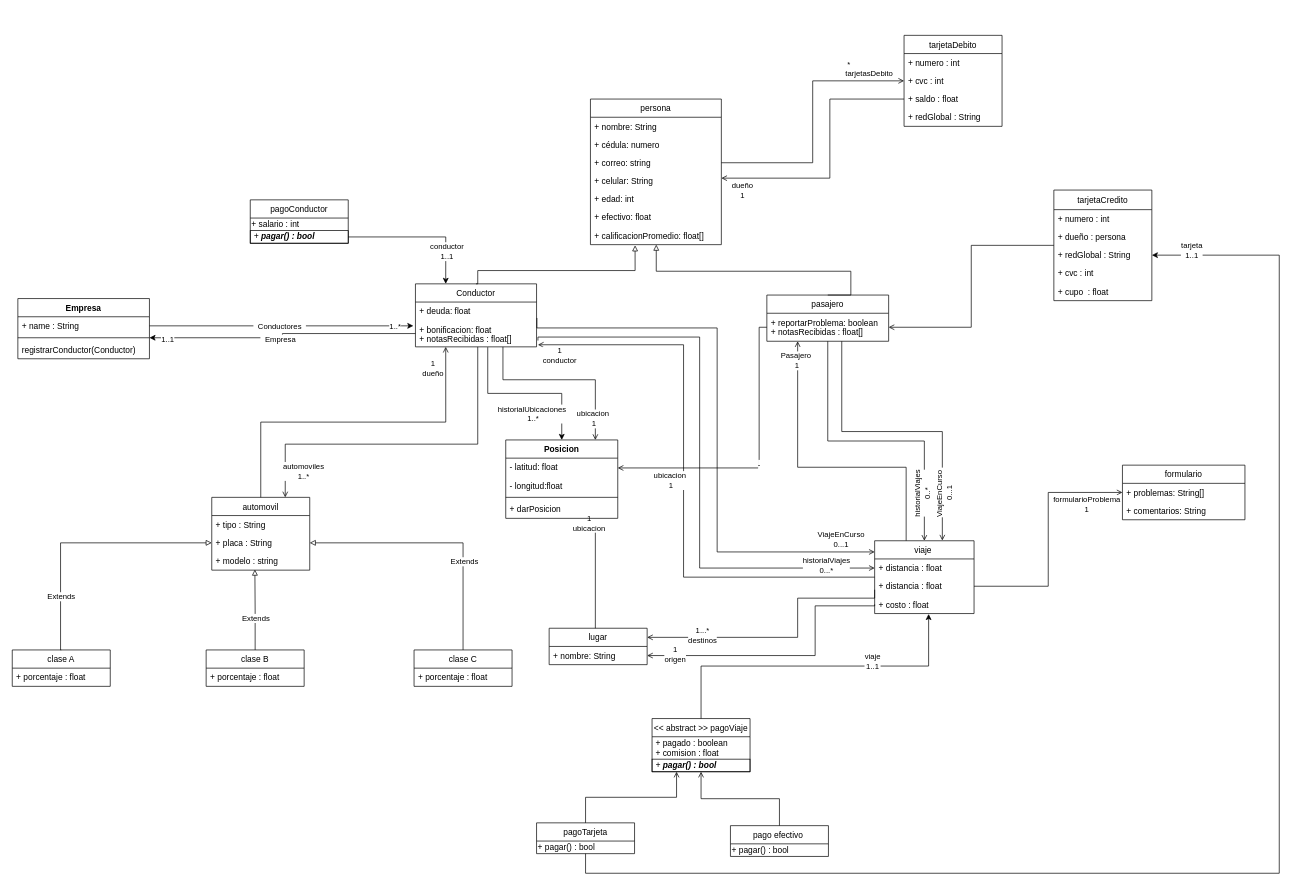
Above: Untitled Diagram.drawio in DPOO2022-1-SEC04-G08/Taller2 (draw.io), before the change. Source tidied: cells renumbered, new cells numbered last; positions are measured from the earlier drawing's top-left corner, leaving out a move shared by most shapes. Both pictures are drawn from the tidied source at 70%, with x=0, y=0 at pixel (12, 35).
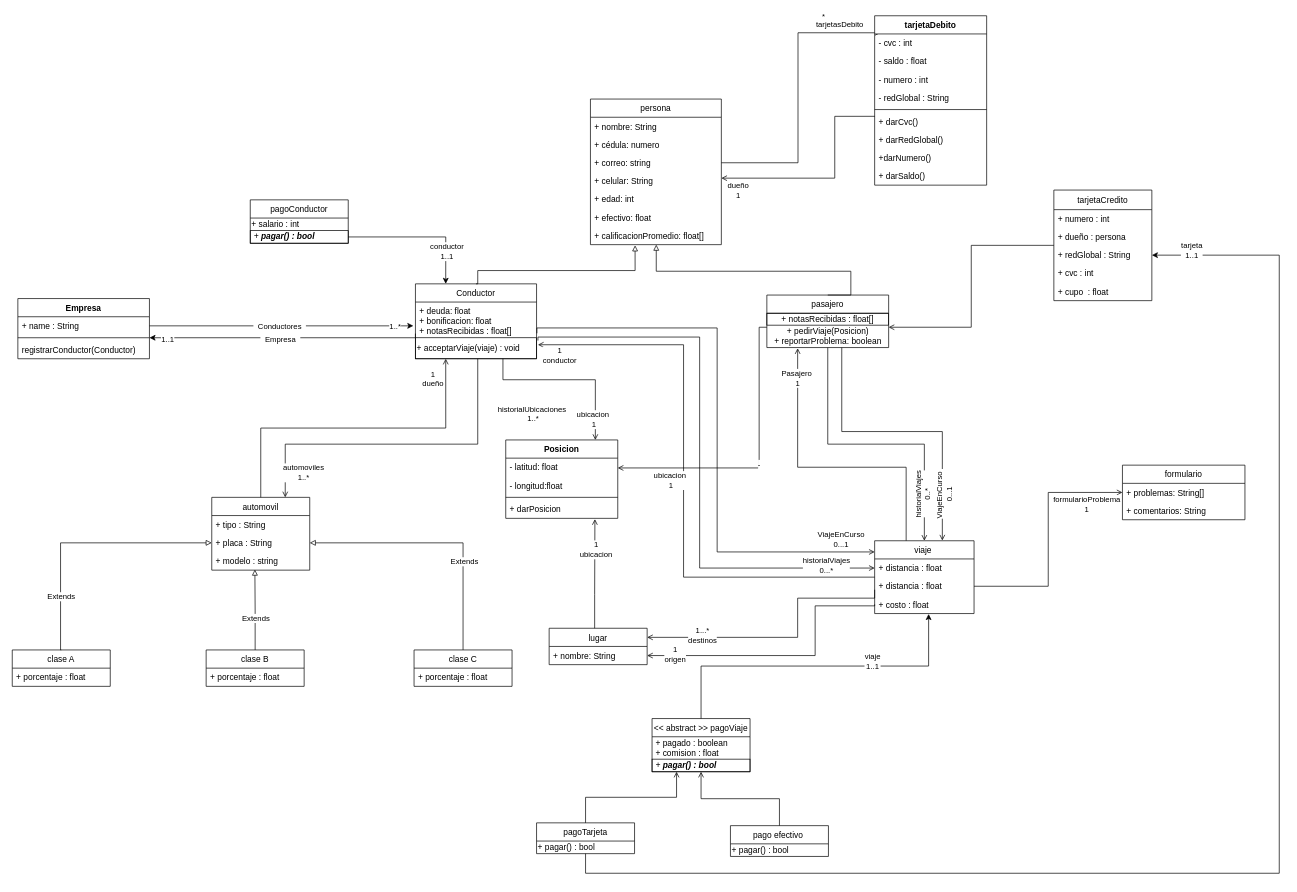
The same page after the edit.

Unchanged cells that the change refers to:
```xml
<mxCell id="6" value="viaje " style="swimlane;fontStyle=0;horizontal=1;startSize=26;fillColor=none;" parent="1" vertex="1">
  <mxGeometry x="1232" y="722" width="142" height="104" as="geometry" />
</mxCell>
<mxCell id="13" value="+ correo: string" style="text;strokeColor=none;fillColor=none;align=left;verticalAlign=top;spacingLeft=4;spacingRight=4;overflow=hidden;points=[[0,0.5],[1,0.5]];portConstraint=eastwest;" parent="10" vertex="1">
  <mxGeometry y="78" width="187" height="26" as="geometry" />
</mxCell>
<mxCell id="28" value="tarjetaCredito" style="swimlane;fontStyle=0;horizontal=1;startSize=28;fillColor=none;" parent="1" vertex="1">
  <mxGeometry x="1488" y="221" width="140" height="158" as="geometry" />
</mxCell>
<mxCell id="46" value="lugar" style="swimlane;fontStyle=0;horizontal=1;startSize=26;fillColor=none;" parent="1" vertex="1">
  <mxGeometry x="767" y="847" width="140" height="52" as="geometry" />
</mxCell>
<mxCell id="105" style="line;strokeWidth=1;fillColor=none;align=left;verticalAlign=middle;spacingTop=-1;spacingLeft=3;spacingRight=3;labelPosition=right;points=[];portConstraint=eastwest;" parent="103" vertex="1">
  <mxGeometry y="52" width="188" height="8" as="geometry" />
</mxCell>
<mxCell id="119" value="Posicion" style="swimlane;fontStyle=1;align=center;verticalAlign=top;horizontal=1;startSize=26;" parent="1" vertex="1">
  <mxGeometry x="705" y="578" width="160" height="112" as="geometry" />
</mxCell>
<mxCell id="120" value="- latitud: float" style="text;strokeColor=none;fillColor=none;align=left;verticalAlign=top;spacingLeft=4;spacingRight=4;overflow=hidden;points=[[0,0.5],[1,0.5]];portConstraint=eastwest;" parent="119" vertex="1">
  <mxGeometry y="26" width="160" height="26" as="geometry" />
</mxCell>
<mxCell id="123" value="+ darPosicion" style="text;strokeColor=none;fillColor=none;align=left;verticalAlign=top;spacingLeft=4;spacingRight=4;overflow=hidden;points=[[0,0.5],[1,0.5]];portConstraint=eastwest;" parent="119" vertex="1">
  <mxGeometry y="86" width="160" height="26" as="geometry" />
</mxCell>
```

What changed in the source:
```diff
@@
-    <mxCell id="4" style="edgeStyle=orthogonalEdgeStyle;rounded=0;jettySize=auto;html=1;endArrow=open;endFill=0;" parent="1" edge="1" source="6" target="26">
+    <mxCell id="4" style="edgeStyle=orthogonalEdgeStyle;rounded=0;jettySize=auto;html=1;endArrow=open;endFill=0;" parent="1" edge="1" source="6">
       <mxGeometry relative="1" as="geometry">
+        <mxPoint x="1122" y="447" as="targetPoint" />
         <Array as="points">
           <mxPoint x="1277" y="617" />
           <mxPoint x="1122" y="617" />
+          <mxPoint x="1122" y="447" />
         </Array>
       </mxGeometry>
     </mxCell>
     <mxCell id="5" value="Pasajero&amp;nbsp;&lt;br&gt;1" style="edgeLabel;html=1;align=center;verticalAlign=middle;" parent="4" vertex="1">
       <mxGeometry x="0.84" y="2" relative="1" as="geometry">
-        <mxPoint y="-8" as="offset" />
+        <mxPoint x="1" y="8" as="offset" />
       </mxGeometry>
     </mxCell>
@@
-    <mxCell id="23" value="-" style="edgeStyle=orthogonalEdgeStyle;rounded=0;jettySize=auto;html=1;endArrow=open;endFill=0;exitX=0;exitY=0.5;exitDx=0;exitDy=0;" parent="1" edge="1" source="26" target="120">
+    <mxCell id="23" value="-" style="edgeStyle=orthogonalEdgeStyle;rounded=0;jettySize=auto;html=1;endArrow=open;endFill=0;exitX=0;exitY=0.5;exitDx=0;exitDy=0;" parent="1" edge="1" target="120">
       <mxGeometry relative="1" as="geometry">
+        <mxPoint x="1078" y="417" as="sourcePoint" />
         <Array as="points">
           <mxPoint x="1067" y="417" />
           <mxPoint x="1067" y="618" />
         </Array>
       </mxGeometry>
     </mxCell>
@@
     <mxCell id="25" value="pasajero" style="swimlane;fontStyle=0;horizontal=1;startSize=26;fillColor=none;" parent="1" vertex="1">
-      <mxGeometry x="1078" y="371" width="174" height="66" as="geometry" />
+      <mxGeometry x="1078" y="371" width="174" height="75" as="geometry" />
     </mxCell>
-    <mxCell id="26" value="+ reportarProblema: boolean&#10;+ notasRecibidas : float[]&#10;" style="text;strokeColor=none;fillColor=none;align=left;verticalAlign=top;spacingLeft=4;spacingRight=4;overflow=hidden;points=[[0,0.5],[1,0.5]];portConstraint=eastwest;" parent="25" vertex="1">
-      <mxGeometry y="26" width="174" height="40" as="geometry" />
-    </mxCell>
+    <mxCell id="124" value="+ notasRecibidas : float[]" style="text;html=1;strokeColor=default;fillColor=none;align=center;verticalAlign=middle;whiteSpace=wrap;rounded=0;" parent="25" vertex="1">
+      <mxGeometry y="26" width="174" height="17" as="geometry" />
+    </mxCell>
+    <mxCell id="125" value="+ pedirViaje(Posicion)&lt;br&gt;&lt;span style=&quot;font-family: &amp;#34;helvetica&amp;#34; ; font-size: 12px ; font-style: normal ; font-weight: 400&quot;&gt;+ reportarProblema: boolean&lt;/span&gt;" style="text;html=1;align=center;verticalAlign=middle;strokeColor=none;fillColor=none;" parent="25" vertex="1">
+      <mxGeometry y="43" width="174" height="32" as="geometry" />
+    </mxCell>
-    <mxCell id="27" style="edgeStyle=orthogonalEdgeStyle;rounded=0;jettySize=auto;html=1;endArrow=open;endFill=0;entryX=1;entryY=0.5;entryDx=0;entryDy=0;" parent="1" edge="1" source="28" target="26">
+    <mxCell id="27" style="edgeStyle=orthogonalEdgeStyle;rounded=0;jettySize=auto;html=1;endArrow=open;endFill=0;entryX=1;entryY=0.5;entryDx=0;entryDy=0;" parent="1" edge="1" source="28">
       <mxGeometry relative="1" as="geometry">
+        <mxPoint x="1252" y="417" as="targetPoint" />
         <Array as="points">
           <mxPoint x="1370" y="300" />
           <mxPoint x="1370" y="417" />
         </Array>
       </mxGeometry>
     </mxCell>
@@
     <mxCell id="41" value="Conductor" style="swimlane;fontStyle=0;horizontal=1;startSize=26;fillColor=none;" parent="1" vertex="1">
-      <mxGeometry x="576" y="355" width="173" height="90" as="geometry" />
+      <mxGeometry x="576" y="355" width="173" height="107" as="geometry" />
     </mxCell>
-    <mxCell id="42" value="+ deuda: float" style="text;strokeColor=none;fillColor=none;align=left;verticalAlign=top;spacingLeft=4;spacingRight=4;overflow=hidden;points=[[0,0.5],[1,0.5]];portConstraint=eastwest;" parent="41" vertex="1">
-      <mxGeometry y="26" width="173" height="26" as="geometry" />
+    <mxCell id="42" value="+ deuda: float&#10;+ bonificacion: float&#10;+ notasRecibidas : float[]" style="text;strokeColor=none;fillColor=none;align=left;verticalAlign=top;spacingLeft=4;spacingRight=4;overflow=hidden;points=[[0,0.5],[1,0.5]];portConstraint=eastwest;" parent="41" vertex="1">
+      <mxGeometry y="26" width="173" height="51" as="geometry" />
     </mxCell>
-    <mxCell id="43" value="+ bonificacion: float&#10;+ notasRecibidas : float[]" style="text;strokeColor=none;fillColor=none;align=left;verticalAlign=top;spacingLeft=4;spacingRight=4;overflow=hidden;points=[[0,0.5],[1,0.5]];portConstraint=eastwest;" parent="41" vertex="1">
-      <mxGeometry y="52" width="173" height="38" as="geometry" />
-    </mxCell>
+    <mxCell id="126" value="+ acceptarViaje(viaje) : void&lt;br&gt;" style="text;html=1;strokeColor=default;fillColor=none;align=left;verticalAlign=middle;whiteSpace=wrap;rounded=0;" parent="41" vertex="1">
+      <mxGeometry y="77" width="173" height="30" as="geometry" />
+    </mxCell>
-    <mxCell id="44" style="edgeStyle=orthogonalEdgeStyle;rounded=0;jettySize=auto;html=1;endArrow=open;endFill=0;entryX=0.631;entryY=1.154;entryDx=0;entryDy=0;entryPerimeter=0;" parent="1" edge="1" source="46" target="123">
+    <mxCell id="44" style="edgeStyle=orthogonalEdgeStyle;rounded=0;jettySize=auto;html=1;endArrow=open;endFill=0;entryX=0.796;entryY=1.044;entryDx=0;entryDy=0;entryPerimeter=0;" parent="1" edge="1" source="46" target="123">
       <mxGeometry relative="1" as="geometry">
         <Array as="points">
-          <mxPoint x="833" y="694" />
+          <mxPoint x="832" y="799" />
+          <mxPoint x="832" y="799" />
         </Array>
       </mxGeometry>
     </mxCell>
     <mxCell id="45" value="1&lt;br&gt;ubicacion" style="edgeLabel;html=1;align=center;verticalAlign=middle;" parent="44" vertex="1">
-      <mxGeometry x="0.81" y="2" relative="1" as="geometry" />
+      <mxGeometry x="0.81" y="2" relative="1" as="geometry">
+        <mxPoint x="3" y="29" as="offset" />
+      </mxGeometry>
     </mxCell>
@@
-    <mxCell id="70" value="tarjetaDebito" style="swimlane;fontStyle=0;horizontal=1;startSize=26;fillColor=none;" parent="1" vertex="1">
-      <mxGeometry x="1274" width="140" height="130" as="geometry" />
-    </mxCell>
-    <mxCell id="71" value="+ numero : int" style="text;strokeColor=none;fillColor=none;align=left;verticalAlign=top;spacingLeft=4;spacingRight=4;overflow=hidden;" parent="70" vertex="1">
-      <mxGeometry y="26" width="140" height="26" as="geometry" />
-    </mxCell>
-    <mxCell id="72" value="+ cvc : int " style="text;strokeColor=none;fillColor=none;align=left;verticalAlign=top;spacingLeft=4;spacingRight=4;overflow=hidden;points=[[0,0.5],[1,0.5]];portConstraint=eastwest;" parent="70" vertex="1">
-      <mxGeometry y="52" width="140" height="26" as="geometry" />
-    </mxCell>
-    <mxCell id="73" value="+ saldo : float" style="text;strokeColor=none;fillColor=none;align=left;verticalAlign=top;spacingLeft=4;spacingRight=4;overflow=hidden;points=[[0,0.5],[1,0.5]];portConstraint=eastwest;" parent="70" vertex="1">
-      <mxGeometry y="78" width="140" height="26" as="geometry" />
-    </mxCell>
-    <mxCell id="74" value="+ redGlobal : String" style="text;strokeColor=none;fillColor=none;align=left;verticalAlign=top;spacingLeft=4;spacingRight=4;overflow=hidden;" parent="70" vertex="1">
-      <mxGeometry y="104" width="140" height="26" as="geometry" />
-    </mxCell>
@@
-    <mxCell id="76" style="edgeStyle=orthogonalEdgeStyle;rounded=0;jettySize=auto;html=1;exitX=1;exitY=0.5;exitDx=0;exitDy=0;entryX=0;entryY=0.5;entryDx=0;entryDy=0;endArrow=open;endFill=0;" parent="1" edge="1" source="13" target="72">
+    <mxCell id="76" style="edgeStyle=orthogonalEdgeStyle;rounded=0;jettySize=auto;html=1;exitX=1;exitY=0.5;exitDx=0;exitDy=0;entryX=0.054;entryY=-0.064;entryDx=0;entryDy=0;endArrow=open;endFill=0;entryPerimeter=0;" parent="1" edge="1" source="13" target="127">
       <mxGeometry relative="1" as="geometry" />
     </mxCell>
@@
-    <mxCell id="79" style="edgeStyle=orthogonalEdgeStyle;rounded=0;jettySize=auto;html=1;exitX=0;exitY=0.5;exitDx=0;exitDy=0;endArrow=open;endFill=0;" parent="1" edge="1" source="73">
+    <mxCell id="79" style="edgeStyle=orthogonalEdgeStyle;rounded=0;jettySize=auto;html=1;exitX=0.002;exitY=0.218;exitDx=0;exitDy=0;endArrow=open;endFill=0;exitPerimeter=0;" parent="1" edge="1" source="132">
       <mxGeometry relative="1" as="geometry">
         <mxPoint x="1013" y="204" as="targetPoint" />
         <Array as="points">
-          <mxPoint x="1168" y="91" />
-          <mxPoint x="1168" y="204" />
-          <mxPoint x="1013" y="204" />
+          <mxPoint x="1175" y="116" />
+          <mxPoint x="1175" y="204" />
         </Array>
       </mxGeometry>
     </mxCell>
@@
-    <mxCell id="107" style="edgeStyle=orthogonalEdgeStyle;rounded=0;jettySize=auto;html=1;" parent="1" edge="1" source="43" target="105">
-      <mxGeometry relative="1" as="geometry" />
+    <mxCell id="107" style="edgeStyle=orthogonalEdgeStyle;rounded=0;jettySize=auto;html=1;" parent="1" edge="1" target="105">
+      <mxGeometry relative="1" as="geometry">
+        <mxPoint x="576" y="426" as="sourcePoint" />
+        <Array as="points">
+          <mxPoint x="576" y="432" />
+        </Array>
+      </mxGeometry>
     </mxCell>
@@
-    <mxCell id="117" style="edgeStyle=orthogonalEdgeStyle;rounded=0;jettySize=auto;html=1;exitX=0.597;exitY=1.011;exitDx=0;exitDy=0;exitPerimeter=0;" parent="1" edge="1" source="43" target="119">
+    <mxCell id="117" style="edgeStyle=orthogonalEdgeStyle;rounded=0;jettySize=auto;html=1;entryX=0.116;entryY=0.026;entryDx=0;entryDy=0;entryPerimeter=0;" parent="1" edge="1" target="119">
       <mxGeometry relative="1" as="geometry" />
     </mxCell>
@@
+    <mxCell id="70" value="tarjetaDebito" style="swimlane;fontStyle=1;align=center;verticalAlign=top;horizontal=1;startSize=26;" parent="1" vertex="1">
+      <mxGeometry x="1232" y="-28" width="160" height="242" as="geometry" />
+    </mxCell>
+    <mxCell id="127" value="- cvc : int " style="text;strokeColor=none;fillColor=none;align=left;verticalAlign=top;spacingLeft=4;spacingRight=4;overflow=hidden;points=[[0,0.5],[1,0.5]];portConstraint=eastwest;" parent="70" vertex="1">
+      <mxGeometry y="26" width="160" height="26" as="geometry" />
+    </mxCell>
+    <mxCell id="128" value="- saldo : float" style="text;strokeColor=none;fillColor=none;align=left;verticalAlign=top;spacingLeft=4;spacingRight=4;overflow=hidden;" parent="70" vertex="1">
+      <mxGeometry y="52" width="160" height="26" as="geometry" />
+    </mxCell>
+    <mxCell id="129" value="- numero : int" style="text;strokeColor=none;fillColor=none;align=left;verticalAlign=top;spacingLeft=4;spacingRight=4;overflow=hidden;" parent="70" vertex="1">
+      <mxGeometry y="78" width="160" height="26" as="geometry" />
+    </mxCell>
+    <mxCell id="130" value="- redGlobal : String" style="text;strokeColor=none;fillColor=none;align=left;verticalAlign=top;spacingLeft=4;spacingRight=4;overflow=hidden;" parent="70" vertex="1">
+      <mxGeometry y="104" width="160" height="26" as="geometry" />
+    </mxCell>
+    <mxCell id="131" style="line;strokeWidth=1;fillColor=none;align=left;verticalAlign=middle;spacingTop=-1;spacingLeft=3;spacingRight=3;labelPosition=right;" parent="70" vertex="1">
+      <mxGeometry y="130" width="160" height="8" as="geometry" />
+    </mxCell>
+    <mxCell id="132" value="+ darCvc()" style="text;strokeColor=none;fillColor=none;align=left;verticalAlign=top;spacingLeft=4;spacingRight=4;overflow=hidden;points=[[0,0.5],[1,0.5]];portConstraint=eastwest;" parent="70" vertex="1">
+      <mxGeometry y="138" width="160" height="26" as="geometry" />
+    </mxCell>
+    <mxCell id="133" value="+ darRedGlobal()" style="text;strokeColor=none;fillColor=none;align=left;verticalAlign=top;spacingLeft=4;spacingRight=4;overflow=hidden;" parent="70" vertex="1">
+      <mxGeometry y="164" width="160" height="26" as="geometry" />
+    </mxCell>
+    <mxCell id="134" value="+darNumero()" style="text;strokeColor=none;fillColor=none;align=left;verticalAlign=top;spacingLeft=4;spacingRight=4;overflow=hidden;" parent="70" vertex="1">
+      <mxGeometry y="190" width="160" height="26" as="geometry" />
+    </mxCell>
+    <mxCell id="135" value="+ darSaldo()" style="text;strokeColor=none;fillColor=none;align=left;verticalAlign=top;spacingLeft=4;spacingRight=4;overflow=hidden;" parent="70" vertex="1">
+      <mxGeometry y="216" width="160" height="26" as="geometry" />
+    </mxCell>
```
